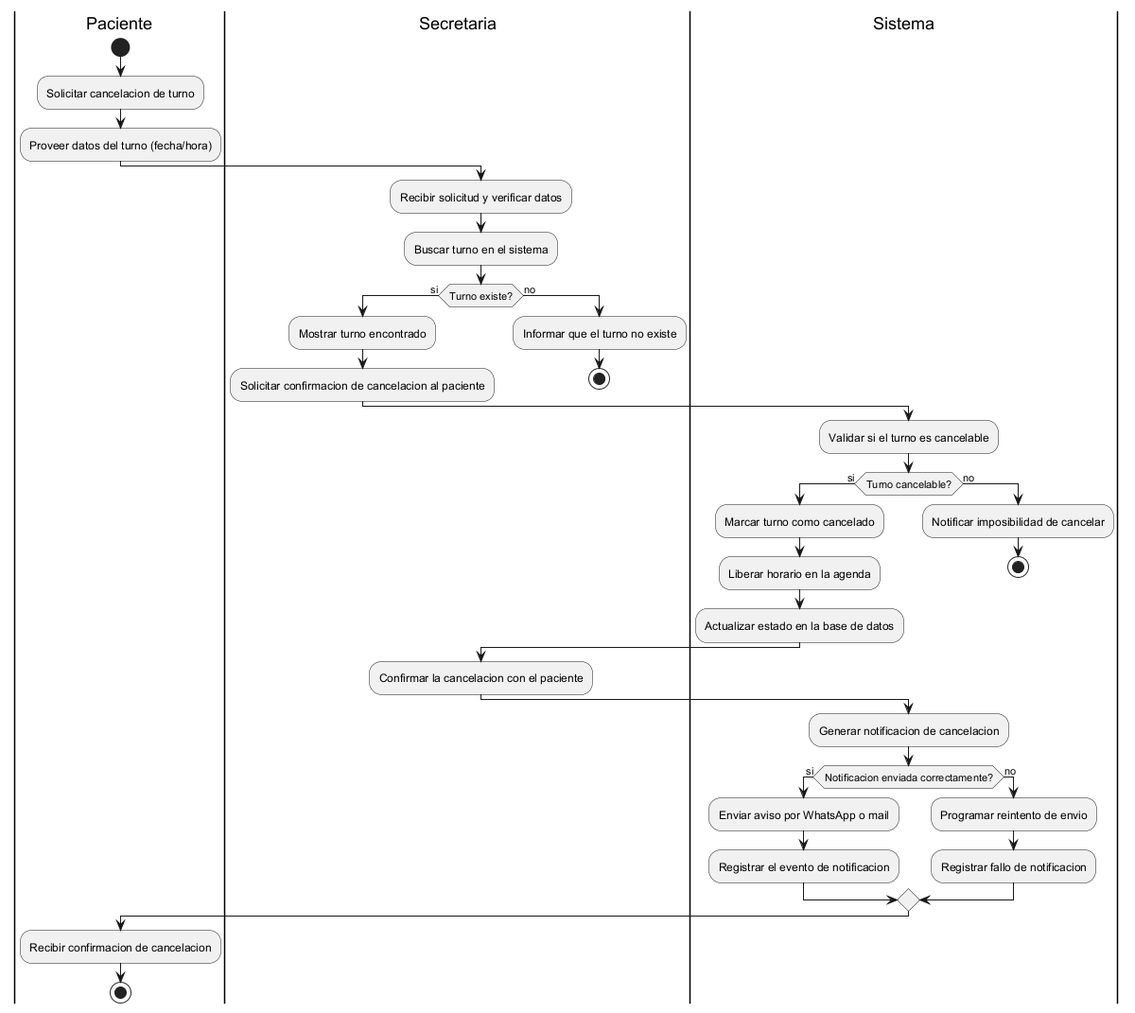
The PlantUML diagram diagramas/04-diagramas-actividades/04-actividad-cancelar-turno-03.png in Purezaamor/SistemaTurnosMedicos, before a commit.
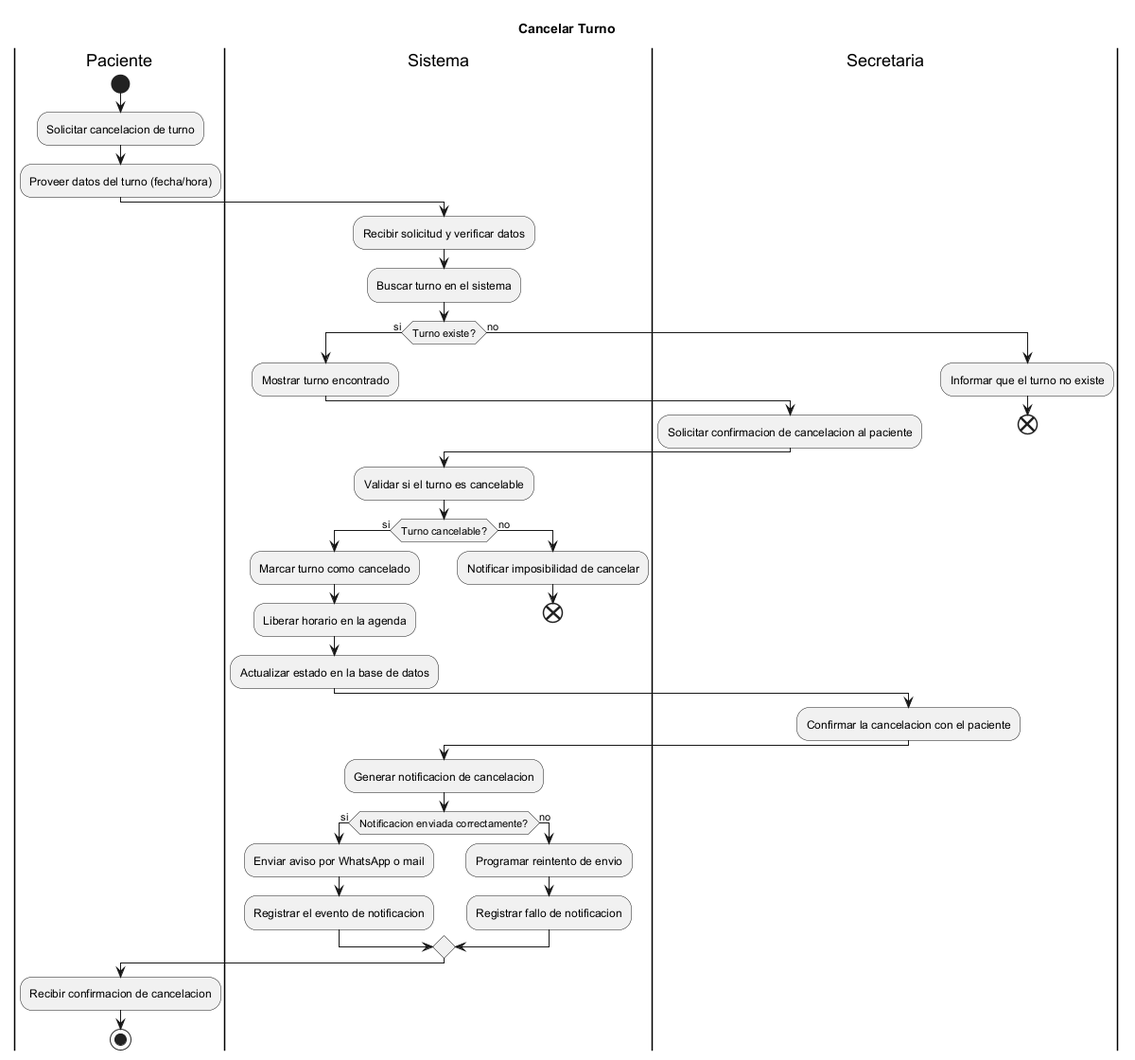
After the change.

Change to the diagram source:
```diff
@@ -1,17 +1,19 @@
 @startuml
+title Cancelar Turno
 |Paciente|
 start
 :Solicitar cancelacion de turno;
 :Proveer datos del turno (fecha/hora);
-|Secretaria|
+|Sistema|
 :Recibir solicitud y verificar datos;
 :Buscar turno en el sistema;
 if (Turno existe?) then (si)
   :Mostrar turno encontrado;
+  |Secretaria|
   :Solicitar confirmacion de cancelacion al paciente;
 else (no)
   :Informar que el turno no existe;
-  stop
+  end
 endif
 |Sistema|
 :Validar si el turno es cancelable;
@@ -21,7 +23,7 @@
   :Actualizar estado en la base de datos;
 else (no)
   :Notificar imposibilidad de cancelar;
-  stop
+  end
 endif
 |Secretaria|
 :Confirmar la cancelacion con el paciente;
```
